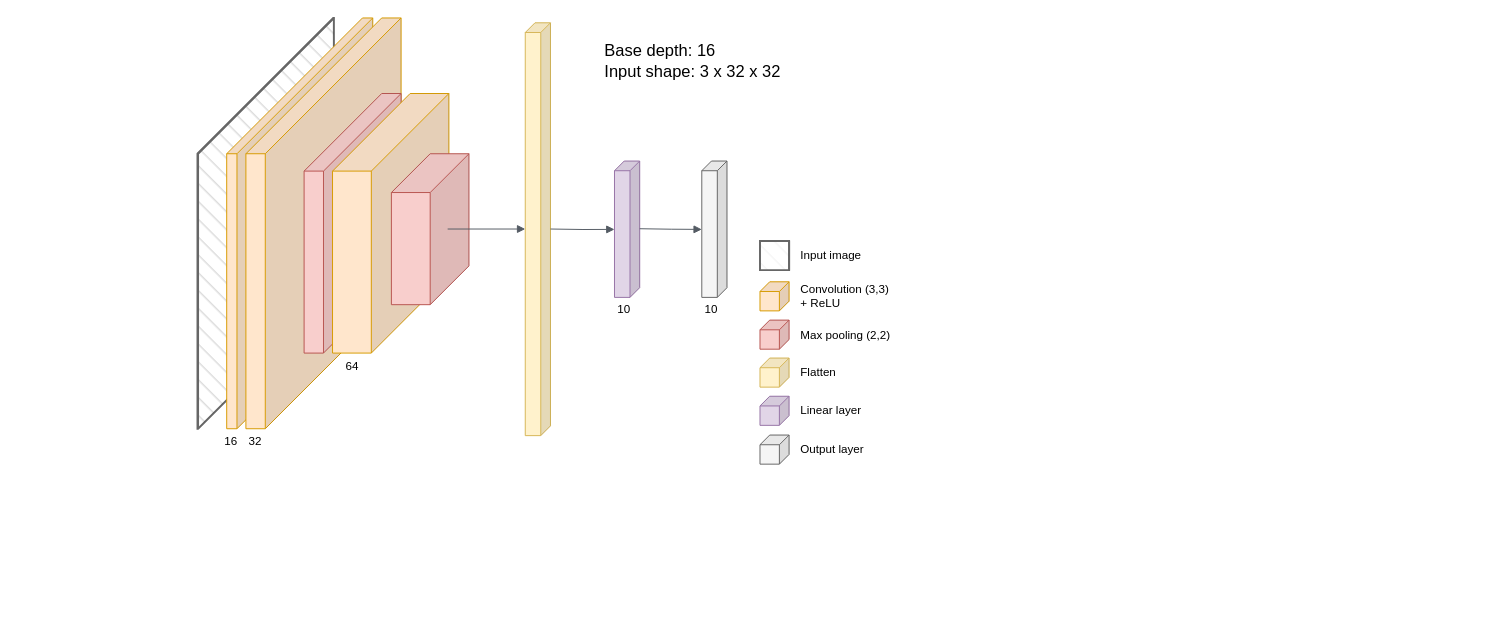
The draw.io diagram res/CNN.drawio in lmartinez2001/Resources, before the edit. Source tidied: cells renumbered, new cells numbered last; positions are measured from the earlier drawing's top-left corner, leaving out a move shared by most shapes. Both pictures are drawn from the tidied source at 97%, with x=0, y=0 at pixel (197, 17).
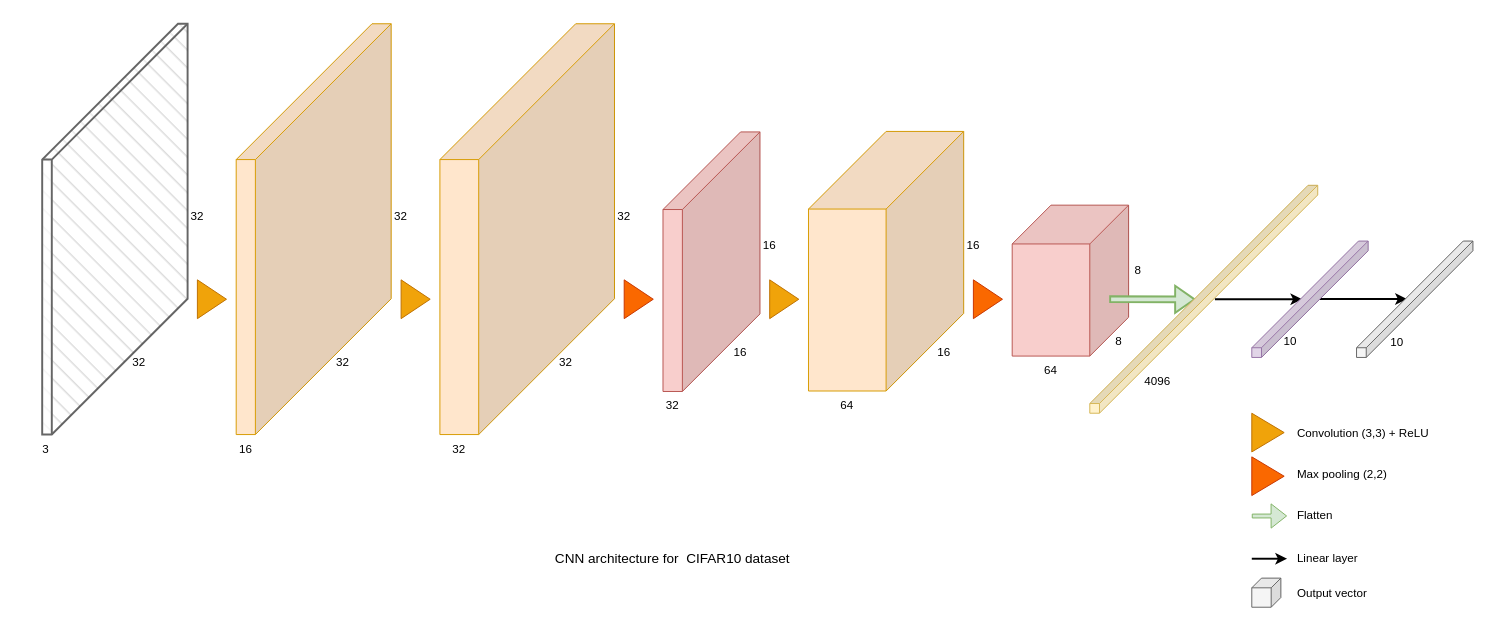
The same diagram, later.

Diff of the diagram source:
```diff
@@
+    <mxCell id="7" style="shape=cube;whiteSpace=wrap;html=1;boundedLbl=1;backgroundOutline=1;darkOpacity=0.05;darkOpacity2=0.1;flipH=1;flipV=0;size=40;fillColor=#f8cecc;strokeColor=#b85450;" parent="1" vertex="1">
+      <mxGeometry x="840" y="193" width="120" height="155.6" as="geometry" />
+    </mxCell>
+    <mxCell id="32" style="edgeStyle=orthogonalEdgeStyle;rounded=0;orthogonalLoop=1;jettySize=auto;html=1;strokeWidth=2;" parent="1" edge="1">
+      <mxGeometry relative="1" as="geometry">
+        <mxPoint x="1157" y="289.8" as="sourcePoint" />
+        <mxPoint x="1247" y="289.8" as="targetPoint" />
+      </mxGeometry>
+    </mxCell>
     <mxCell id="2" style="shape=cube;whiteSpace=wrap;html=1;boundedLbl=1;backgroundOutline=1;darkOpacity=0.05;darkOpacity2=0.1;flipH=1;flipV=0;size=140;fillColor=#f5f5f5;strokeColor=#666666;fontColor=#333333;fillStyle=hatch;strokeWidth=2;" parent="1" vertex="1">
-      <mxGeometry x="0.1" width="140.6" height="423.5" as="geometry" />
+      <mxGeometry x="-160" y="6" width="149.9" height="423.5" as="geometry" />
     </mxCell>
     <mxCell id="3" style="shape=cube;whiteSpace=wrap;html=1;boundedLbl=1;backgroundOutline=1;darkOpacity=0.05;darkOpacity2=0.1;flipH=1;flipV=0;size=140;fillColor=#ffe6cc;strokeColor=#d79b00;" parent="1" vertex="1">
-      <mxGeometry x="30.2" width="150.6" height="423.5" as="geometry" />
+      <mxGeometry x="40" y="6" width="159.8" height="423.5" as="geometry" />
     </mxCell>
     <mxCell id="4" style="shape=cube;whiteSpace=wrap;html=1;boundedLbl=1;backgroundOutline=1;darkOpacity=0.05;darkOpacity2=0.1;flipH=1;flipV=0;size=140;fillColor=#ffe6cc;strokeColor=#d79b00;" parent="1" vertex="1">
-      <mxGeometry x="50" width="160" height="423.5" as="geometry" />
+      <mxGeometry x="250" y="6" width="180" height="423.5" as="geometry" />
     </mxCell>
     <mxCell id="5" style="shape=cube;whiteSpace=wrap;html=1;boundedLbl=1;backgroundOutline=1;darkOpacity=0.05;darkOpacity2=0.1;flipH=1;flipV=0;size=80;fillColor=#f8cecc;strokeColor=#b85450;" parent="1" vertex="1">
-      <mxGeometry x="110" y="77.9" width="100" height="267.6" as="geometry" />
+      <mxGeometry x="480" y="117.5" width="100" height="267.6" as="geometry" />
     </mxCell>
     <mxCell id="6" style="shape=cube;whiteSpace=wrap;html=1;boundedLbl=1;backgroundOutline=1;darkOpacity=0.05;darkOpacity2=0.1;flipH=1;flipV=0;size=80;fillColor=#ffe6cc;strokeColor=#d79b00;" parent="1" vertex="1">
-      <mxGeometry x="139.3" y="77.9" width="120" height="267.6" as="geometry" />
+      <mxGeometry x="630" y="117" width="160" height="267.6" as="geometry" />
     </mxCell>
-    <mxCell id="7" style="shape=cube;whiteSpace=wrap;html=1;boundedLbl=1;backgroundOutline=1;darkOpacity=0.05;darkOpacity2=0.1;flipH=1;flipV=0;size=40;fillColor=#f8cecc;strokeColor=#b85450;" parent="1" vertex="1">
-      <mxGeometry x="200" y="140" width="80" height="155.6" as="geometry" />
-    </mxCell>
-    <mxCell id="8" style="shape=cube;whiteSpace=wrap;html=1;boundedLbl=1;backgroundOutline=1;darkOpacity=0.05;darkOpacity2=0.1;flipH=1;flipV=0;size=10;fillColor=#fff2cc;strokeColor=#d6b656;" parent="1" vertex="1">
-      <mxGeometry x="338" y="5" width="26" height="425.6" as="geometry" />
-    </mxCell>
-    <mxCell id="9" style="shape=cube;whiteSpace=wrap;html=1;boundedLbl=1;backgroundOutline=1;darkOpacity=0.05;darkOpacity2=0.1;flipH=1;flipV=0;size=10;fillColor=#e1d5e7;strokeColor=#9673a6;" parent="1" vertex="1">
-      <mxGeometry x="430" y="147.5" width="26" height="140.6" as="geometry" />
-    </mxCell>
-    <mxCell id="10" style="shape=cube;whiteSpace=wrap;html=1;boundedLbl=1;backgroundOutline=1;darkOpacity=0.05;darkOpacity2=0.1;flipH=1;flipV=0;size=10;fillColor=#f5f5f5;strokeColor=#666666;fontColor=#333333;" parent="1" vertex="1">
-      <mxGeometry x="520" y="147.5" width="26" height="140.6" as="geometry" />
-    </mxCell>
-    <mxCell id="11" style="edgeStyle=orthogonalEdgeStyle;html=1;endArrow=block;elbow=vertical;startArrow=none;endFill=1;strokeColor=#545B64;rounded=0;" parent="1" edge="1">
-      <mxGeometry relative="1" as="geometry">
-        <mxPoint x="258" y="217.6" as="sourcePoint" />
-        <mxPoint x="338" y="217.6" as="targetPoint" />
-      </mxGeometry>
-    </mxCell>
-    <mxCell id="12" style="edgeStyle=orthogonalEdgeStyle;html=1;endArrow=block;elbow=vertical;startArrow=none;endFill=1;strokeColor=#545B64;rounded=0;" parent="1" edge="1">
-      <mxGeometry relative="1" as="geometry">
-        <mxPoint x="364" y="217.6" as="sourcePoint" />
-        <mxPoint x="430" y="218" as="targetPoint" />
-      </mxGeometry>
-    </mxCell>
-    <mxCell id="13" style="edgeStyle=orthogonalEdgeStyle;html=1;endArrow=block;elbow=vertical;startArrow=none;endFill=1;strokeColor=#545B64;rounded=0;" parent="1" edge="1">
-      <mxGeometry relative="1" as="geometry">
-        <mxPoint x="456" y="217.3" as="sourcePoint" />
-        <mxPoint x="520" y="218" as="targetPoint" />
-      </mxGeometry>
-    </mxCell>
-    <mxCell id="14" value="16" style="text;html=1;strokeColor=none;fillColor=none;align=center;verticalAlign=middle;whiteSpace=wrap;rounded=0;" parent="1" vertex="1">
-      <mxGeometry x="20.1" y="423.5" width="29.9" height="26.5" as="geometry" />
-    </mxCell>
-    <mxCell id="15" value="32" style="text;html=1;strokeColor=none;fillColor=none;align=center;verticalAlign=middle;whiteSpace=wrap;rounded=0;" parent="1" vertex="1">
-      <mxGeometry x="45" y="423.5" width="29.9" height="26.5" as="geometry" />
-    </mxCell>
-    <mxCell id="16" value="64" style="text;html=1;strokeColor=none;fillColor=none;align=center;verticalAlign=middle;whiteSpace=wrap;rounded=0;" parent="1" vertex="1">
-      <mxGeometry x="145.1" y="345.6" width="29.9" height="26.5" as="geometry" />
-    </mxCell>
-    <mxCell id="17" value="10" style="text;html=1;strokeColor=none;fillColor=none;align=center;verticalAlign=middle;whiteSpace=wrap;rounded=0;" parent="1" vertex="1">
-      <mxGeometry x="425" y="288.1" width="29.9" height="26.5" as="geometry" />
-    </mxCell>
-    <mxCell id="18" value="10" style="text;html=1;strokeColor=none;fillColor=none;align=center;verticalAlign=middle;whiteSpace=wrap;rounded=0;" parent="1" vertex="1">
-      <mxGeometry x="515.1" y="288.1" width="29.9" height="26.5" as="geometry" />
-    </mxCell>
-    <mxCell id="19" value="&lt;font style=&quot;font-size: 17px;&quot;&gt;Base depth: 16&lt;br&gt;Input shape: 3 x 32 x 32&lt;/font&gt;" style="text;html=1;strokeColor=none;fillColor=none;align=left;verticalAlign=middle;whiteSpace=wrap;rounded=0;" parent="1" vertex="1">
-      <mxGeometry x="417.6" y="12.9" width="225" height="65" as="geometry" />
-    </mxCell>
-    <mxCell id="20" value="Input image" style="text;html=1;strokeColor=none;fillColor=none;align=left;verticalAlign=middle;whiteSpace=wrap;rounded=0;" parent="1" vertex="1">
-      <mxGeometry x="620" y="230" width="80" height="30" as="geometry" />
-    </mxCell>
-    <mxCell id="21" value="Convolution (3,3)&lt;br&gt;+ ReLU" style="text;html=1;strokeColor=none;fillColor=none;align=left;verticalAlign=middle;whiteSpace=wrap;rounded=0;" parent="1" vertex="1">
-      <mxGeometry x="620" y="272" width="100" height="30" as="geometry" />
+    <mxCell id="21" value="Convolution (3,3) + ReLU" style="text;html=1;strokeColor=none;fillColor=none;align=left;verticalAlign=middle;whiteSpace=wrap;rounded=0;" parent="1" vertex="1">
+      <mxGeometry x="1132" y="412.5" width="150" height="30" as="geometry" />
     </mxCell>
     <mxCell id="22" value="Max pooling (2,2)" style="text;html=1;strokeColor=none;fillColor=none;align=left;verticalAlign=middle;whiteSpace=wrap;rounded=0;" parent="1" vertex="1">
-      <mxGeometry x="620" y="311.5" width="100" height="30" as="geometry" />
+      <mxGeometry x="1132" y="456" width="100" height="30" as="geometry" />
     </mxCell>
     <mxCell id="23" value="Flatten" style="text;html=1;strokeColor=none;fillColor=none;align=left;verticalAlign=middle;whiteSpace=wrap;rounded=0;" parent="1" vertex="1">
-      <mxGeometry x="620" y="350.6" width="80" height="30" as="geometry" />
+      <mxGeometry x="1132" y="498.1" width="80" height="30" as="geometry" />
     </mxCell>
     <mxCell id="24" value="Linear layer" style="text;html=1;strokeColor=none;fillColor=none;align=left;verticalAlign=middle;whiteSpace=wrap;rounded=0;" parent="1" vertex="1">
-      <mxGeometry x="620" y="390" width="80" height="30" as="geometry" />
+      <mxGeometry x="1132" y="541.5" width="80" height="30" as="geometry" />
     </mxCell>
-    <mxCell id="25" value="Output layer" style="text;html=1;strokeColor=none;fillColor=none;align=left;verticalAlign=middle;whiteSpace=wrap;rounded=0;" parent="1" vertex="1">
-      <mxGeometry x="620" y="430" width="80" height="30" as="geometry" />
+    <mxCell id="25" value="Output vector" style="text;html=1;strokeColor=none;fillColor=none;align=left;verticalAlign=middle;whiteSpace=wrap;rounded=0;" parent="1" vertex="1">
+      <mxGeometry x="1132" y="577.5" width="80" height="30" as="geometry" />
     </mxCell>
-    <mxCell id="26" style="shape=cube;whiteSpace=wrap;html=1;boundedLbl=1;backgroundOutline=1;darkOpacity=0.05;darkOpacity2=0.1;flipH=1;size=0;fillColor=#f5f5f5;strokeColor=#666666;fillStyle=hatch;strokeWidth=2;fontColor=#333333;" parent="1" vertex="1">
-      <mxGeometry x="580" y="230" width="30" height="30" as="geometry" />
-    </mxCell>
-    <mxCell id="27" style="shape=cube;whiteSpace=wrap;html=1;boundedLbl=1;backgroundOutline=1;darkOpacity=0.05;darkOpacity2=0.1;flipH=1;size=10;fillColor=#ffe6cc;strokeColor=#d79b00;" parent="1" vertex="1">
-      <mxGeometry x="580" y="272" width="30" height="30" as="geometry" />
-    </mxCell>
-    <mxCell id="28" style="shape=cube;whiteSpace=wrap;html=1;boundedLbl=1;backgroundOutline=1;darkOpacity=0.05;darkOpacity2=0.1;flipH=1;size=10;fillColor=#f8cecc;strokeColor=#b85450;" parent="1" vertex="1">
-      <mxGeometry x="580" y="311.5" width="30" height="30" as="geometry" />
-    </mxCell>
-    <mxCell id="29" style="shape=cube;whiteSpace=wrap;html=1;boundedLbl=1;backgroundOutline=1;darkOpacity=0.05;darkOpacity2=0.1;flipH=1;size=10;fillColor=#fff2cc;strokeColor=#d6b656;" parent="1" vertex="1">
-      <mxGeometry x="580" y="350.6" width="30" height="30" as="geometry" />
-    </mxCell>
-    <mxCell id="30" style="shape=cube;whiteSpace=wrap;html=1;boundedLbl=1;backgroundOutline=1;darkOpacity=0.05;darkOpacity2=0.1;flipH=1;size=10;fillColor=#e1d5e7;strokeColor=#9673a6;" parent="1" vertex="1">
-      <mxGeometry x="580" y="390" width="30" height="30" as="geometry" />
-    </mxCell>
     <mxCell id="31" style="shape=cube;whiteSpace=wrap;html=1;boundedLbl=1;backgroundOutline=1;darkOpacity=0.05;darkOpacity2=0.1;flipH=1;size=10;fillColor=#f5f5f5;strokeColor=#666666;fontColor=#333333;" parent="1" vertex="1">
-      <mxGeometry x="580" y="430" width="30" height="30" as="geometry" />
+      <mxGeometry x="1087" y="577.5" width="30" height="30" as="geometry" />
     </mxCell>
+    <mxCell id="33" style="triangle;whiteSpace=wrap;html=1;fillColor=#f0a30a;fontColor=#000000;strokeColor=#BD7000;" parent="1" vertex="1">
+      <mxGeometry y="270" width="30" height="40" as="geometry" />
+    </mxCell>
+    <mxCell id="34" style="triangle;whiteSpace=wrap;html=1;fillColor=#f0a30a;fontColor=#000000;strokeColor=#BD7000;" parent="1" vertex="1">
+      <mxGeometry x="210" y="270" width="30" height="40" as="geometry" />
+    </mxCell>
+    <mxCell id="35" style="triangle;whiteSpace=wrap;html=1;fillColor=#fa6800;strokeColor=#C73500;fontColor=#000000;" parent="1" vertex="1">
+      <mxGeometry x="440" y="270" width="30" height="40" as="geometry" />
+    </mxCell>
+    <mxCell id="36" style="triangle;whiteSpace=wrap;html=1;fillColor=#f0a30a;fontColor=#000000;strokeColor=#BD7000;" parent="1" vertex="1">
+      <mxGeometry x="590" y="270" width="30" height="40" as="geometry" />
+    </mxCell>
+    <mxCell id="37" style="triangle;whiteSpace=wrap;html=1;fillColor=#fa6800;fontColor=#000000;strokeColor=#C73500;" parent="1" vertex="1">
+      <mxGeometry x="800" y="270" width="30" height="40" as="geometry" />
+    </mxCell>
+    <mxCell id="38" style="edgeStyle=orthogonalEdgeStyle;rounded=0;orthogonalLoop=1;jettySize=auto;html=1;strokeWidth=2;" parent="1" edge="1">
+      <mxGeometry relative="1" as="geometry">
+        <mxPoint x="1049" y="290" as="sourcePoint" />
+        <mxPoint x="1139" y="290" as="targetPoint" />
+      </mxGeometry>
+    </mxCell>
+    <mxCell id="39" style="shape=cube;whiteSpace=wrap;html=1;boundedLbl=1;backgroundOutline=1;darkOpacity=0.05;darkOpacity2=0.1;flipH=1;flipV=0;size=110;fillColor=#f5f5f5;strokeColor=#666666;fontColor=#333333;" parent="1" vertex="1">
+      <mxGeometry x="1195" y="230" width="120" height="120" as="geometry" />
+    </mxCell>
+    <mxCell id="9" style="shape=cube;whiteSpace=wrap;html=1;boundedLbl=1;backgroundOutline=1;darkOpacity=0.05;darkOpacity2=0.1;flipH=1;flipV=0;size=110;fillColor=#e1d5e7;strokeColor=#9673a6;" parent="1" vertex="1">
+      <mxGeometry x="1087" y="230" width="120" height="120" as="geometry" />
+    </mxCell>
+    <mxCell id="40" value="16" style="text;html=1;strokeColor=none;fillColor=none;align=center;verticalAlign=middle;whiteSpace=wrap;rounded=0;" parent="1" vertex="1">
+      <mxGeometry x="20" y="429.6" width="60" height="30" as="geometry" />
+    </mxCell>
+    <mxCell id="41" value="32" style="text;html=1;strokeColor=none;fillColor=none;align=center;verticalAlign=middle;whiteSpace=wrap;rounded=0;" parent="1" vertex="1">
+      <mxGeometry x="240" y="429.6" width="60" height="30" as="geometry" />
+    </mxCell>
+    <mxCell id="42" value="32" style="text;html=1;strokeColor=none;fillColor=none;align=center;verticalAlign=middle;whiteSpace=wrap;rounded=0;" parent="1" vertex="1">
+      <mxGeometry x="460" y="385.2" width="60" height="30" as="geometry" />
+    </mxCell>
+    <mxCell id="43" value="64" style="text;html=1;strokeColor=none;fillColor=none;align=center;verticalAlign=middle;whiteSpace=wrap;rounded=0;" parent="1" vertex="1">
+      <mxGeometry x="640" y="385.2" width="60" height="30" as="geometry" />
+    </mxCell>
+    <mxCell id="44" value="64" style="text;html=1;strokeColor=none;fillColor=none;align=center;verticalAlign=middle;whiteSpace=wrap;rounded=0;" parent="1" vertex="1">
+      <mxGeometry x="850" y="348.6" width="60" height="30" as="geometry" />
+    </mxCell>
+    <mxCell id="45" value="32" style="text;html=1;strokeColor=none;fillColor=none;align=center;verticalAlign=middle;whiteSpace=wrap;rounded=0;" parent="1" vertex="1">
+      <mxGeometry x="-30" y="190" width="60" height="30" as="geometry" />
+    </mxCell>
+    <mxCell id="46" value="32" style="text;html=1;strokeColor=none;fillColor=none;align=center;verticalAlign=middle;whiteSpace=wrap;rounded=0;" parent="1" vertex="1">
+      <mxGeometry x="180" y="190" width="60" height="30" as="geometry" />
+    </mxCell>
+    <mxCell id="47" value="32" style="text;html=1;strokeColor=none;fillColor=none;align=center;verticalAlign=middle;whiteSpace=wrap;rounded=0;" parent="1" vertex="1">
+      <mxGeometry x="410" y="190" width="60" height="30" as="geometry" />
+    </mxCell>
+    <mxCell id="48" value="16" style="text;html=1;strokeColor=none;fillColor=none;align=center;verticalAlign=middle;whiteSpace=wrap;rounded=0;" parent="1" vertex="1">
+      <mxGeometry x="560" y="220" width="60" height="30" as="geometry" />
+    </mxCell>
+    <mxCell id="49" value="16" style="text;html=1;strokeColor=none;fillColor=none;align=center;verticalAlign=middle;whiteSpace=wrap;rounded=0;" parent="1" vertex="1">
+      <mxGeometry x="770" y="220" width="60" height="30" as="geometry" />
+    </mxCell>
+    <mxCell id="50" value="8" style="text;html=1;strokeColor=none;fillColor=none;align=center;verticalAlign=middle;whiteSpace=wrap;rounded=0;" parent="1" vertex="1">
+      <mxGeometry x="940" y="245" width="60" height="30" as="geometry" />
+    </mxCell>
+    <mxCell id="51" value="32" style="text;html=1;strokeColor=none;fillColor=none;align=center;verticalAlign=middle;whiteSpace=wrap;rounded=0;" parent="1" vertex="1">
+      <mxGeometry x="-90" y="340" width="60" height="30" as="geometry" />
+    </mxCell>
+    <mxCell id="52" value="32" style="text;html=1;strokeColor=none;fillColor=none;align=center;verticalAlign=middle;whiteSpace=wrap;rounded=0;" parent="1" vertex="1">
+      <mxGeometry x="120" y="340" width="60" height="30" as="geometry" />
+    </mxCell>
+    <mxCell id="53" value="32" style="text;html=1;strokeColor=none;fillColor=none;align=center;verticalAlign=middle;whiteSpace=wrap;rounded=0;" parent="1" vertex="1">
+      <mxGeometry x="350" y="340" width="60" height="30" as="geometry" />
+    </mxCell>
+    <mxCell id="54" value="16" style="text;html=1;strokeColor=none;fillColor=none;align=center;verticalAlign=middle;whiteSpace=wrap;rounded=0;" parent="1" vertex="1">
+      <mxGeometry x="530" y="330" width="60" height="30" as="geometry" />
+    </mxCell>
+    <mxCell id="55" value="16" style="text;html=1;strokeColor=none;fillColor=none;align=center;verticalAlign=middle;whiteSpace=wrap;rounded=0;" parent="1" vertex="1">
+      <mxGeometry x="740" y="330" width="60" height="30" as="geometry" />
+    </mxCell>
+    <mxCell id="56" value="8" style="text;html=1;strokeColor=none;fillColor=none;align=center;verticalAlign=middle;whiteSpace=wrap;rounded=0;" parent="1" vertex="1">
+      <mxGeometry x="920" y="318.6" width="60" height="30" as="geometry" />
+    </mxCell>
+    <mxCell id="57" value="3" style="text;html=1;strokeColor=none;fillColor=none;align=center;verticalAlign=middle;whiteSpace=wrap;rounded=0;" parent="1" vertex="1">
+      <mxGeometry x="-186" y="429.6" width="60" height="30" as="geometry" />
+    </mxCell>
+    <mxCell id="58" value="10" style="text;html=1;strokeColor=none;fillColor=none;align=center;verticalAlign=middle;whiteSpace=wrap;rounded=0;" parent="1" vertex="1">
+      <mxGeometry x="1207" y="320" width="60" height="30" as="geometry" />
+    </mxCell>
+    <mxCell id="59" value="10" style="text;html=1;strokeColor=none;fillColor=none;align=center;verticalAlign=middle;whiteSpace=wrap;rounded=0;" parent="1" vertex="1">
+      <mxGeometry x="1097" y="318.6" width="60" height="30" as="geometry" />
+    </mxCell>
+    <mxCell id="60" value="4096" style="text;html=1;strokeColor=none;fillColor=none;align=center;verticalAlign=middle;whiteSpace=wrap;rounded=0;" parent="1" vertex="1">
+      <mxGeometry x="960" y="360" width="60" height="30" as="geometry" />
+    </mxCell>
+    <mxCell id="61" style="triangle;whiteSpace=wrap;html=1;fillColor=#f0a30a;fontColor=#000000;strokeColor=#BD7000;" parent="1" vertex="1">
+      <mxGeometry x="1087" y="407.5" width="33.4" height="39.9" as="geometry" />
+    </mxCell>
+    <mxCell id="62" style="triangle;whiteSpace=wrap;html=1;fillColor=#fa6800;fontColor=#000000;strokeColor=#C73500;" parent="1" vertex="1">
+      <mxGeometry x="1087" y="452.5" width="33.4" height="39.9" as="geometry" />
+    </mxCell>
+    <mxCell id="63" style="html=1;labelBackgroundColor=#ffffff;endArrow=classic;endFill=1;jettySize=auto;orthogonalLoop=1;strokeWidth=2;fontSize=14;rounded=0;exitX=0.502;exitY=0.47;exitDx=0;exitDy=0;exitPerimeter=0;shape=flexArrow;fillColor=#d5e8d4;strokeColor=#82b366;width=5;" parent="1" edge="1">
+      <mxGeometry relative="1" as="geometry">
+        <mxPoint x="940" y="290" as="sourcePoint" />
+        <mxPoint x="1029" y="290.1" as="targetPoint" />
+      </mxGeometry>
+    </mxCell>
+    <mxCell id="8" style="shape=cube;whiteSpace=wrap;html=1;boundedLbl=1;backgroundOutline=1;darkOpacity=0.05;darkOpacity2=0.1;flipH=0;flipV=0;size=225;fillColor=#fff2cc;strokeColor=#d6b656;direction=south;" parent="1" vertex="1">
+      <mxGeometry x="920" y="172.5" width="235" height="235" as="geometry" />
+    </mxCell>
+    <mxCell id="64" style="html=1;labelBackgroundColor=#ffffff;endArrow=classic;endFill=1;jettySize=auto;orthogonalLoop=1;strokeWidth=1;fontSize=14;rounded=0;shape=flexArrow;fillColor=#d5e8d4;strokeColor=#82b366;width=4;endSize=5;" parent="1" edge="1">
+      <mxGeometry relative="1" as="geometry">
+        <mxPoint x="1087" y="513.5" as="sourcePoint" />
+        <mxPoint x="1123.4" y="513.4" as="targetPoint" />
+      </mxGeometry>
+    </mxCell>
+    <mxCell id="65" style="edgeStyle=orthogonalEdgeStyle;rounded=0;orthogonalLoop=1;jettySize=auto;html=1;strokeWidth=2;" parent="1" edge="1">
+      <mxGeometry relative="1" as="geometry">
+        <mxPoint x="1087" y="557.5" as="sourcePoint" />
+        <mxPoint x="1123.4" y="557.5" as="targetPoint" />
+      </mxGeometry>
+    </mxCell>
+    <mxCell id="66" value="CNN architecture for&amp;nbsp; CIFAR10 dataset" style="text;html=1;strokeColor=none;fillColor=none;align=center;verticalAlign=middle;whiteSpace=wrap;rounded=0;fontSize=14;" parent="1" vertex="1">
+      <mxGeometry x="335" y="531.5" width="310" height="50" as="geometry" />
+    </mxCell>
```
